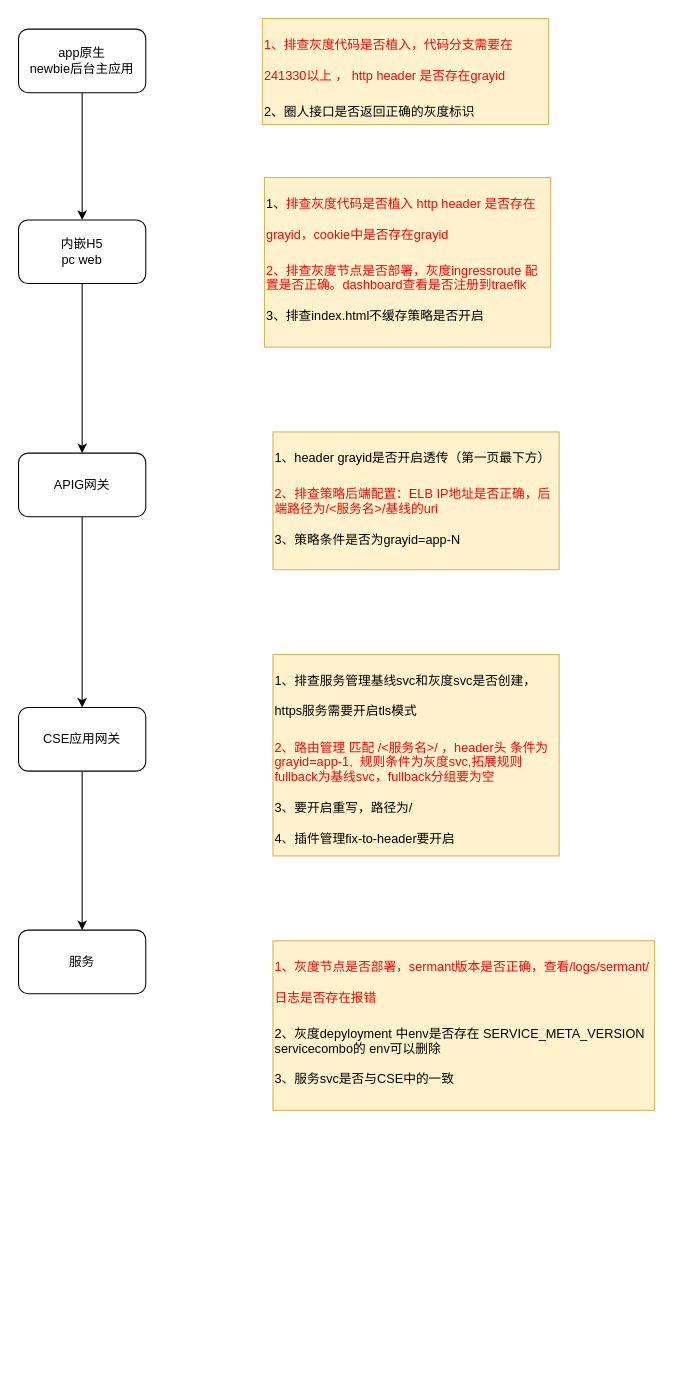
Above: 灰度排障手册.drawio in 463024907/draw.io (draw.io), before the change. Source tidied: cells renumbered, new cells numbered last; positions are measured from the earlier drawing's top-left corner, leaving out a move shared by most shapes. Both pictures are drawn from the tidied source at 106%, with x=0, y=0 at pixel (18, 18).
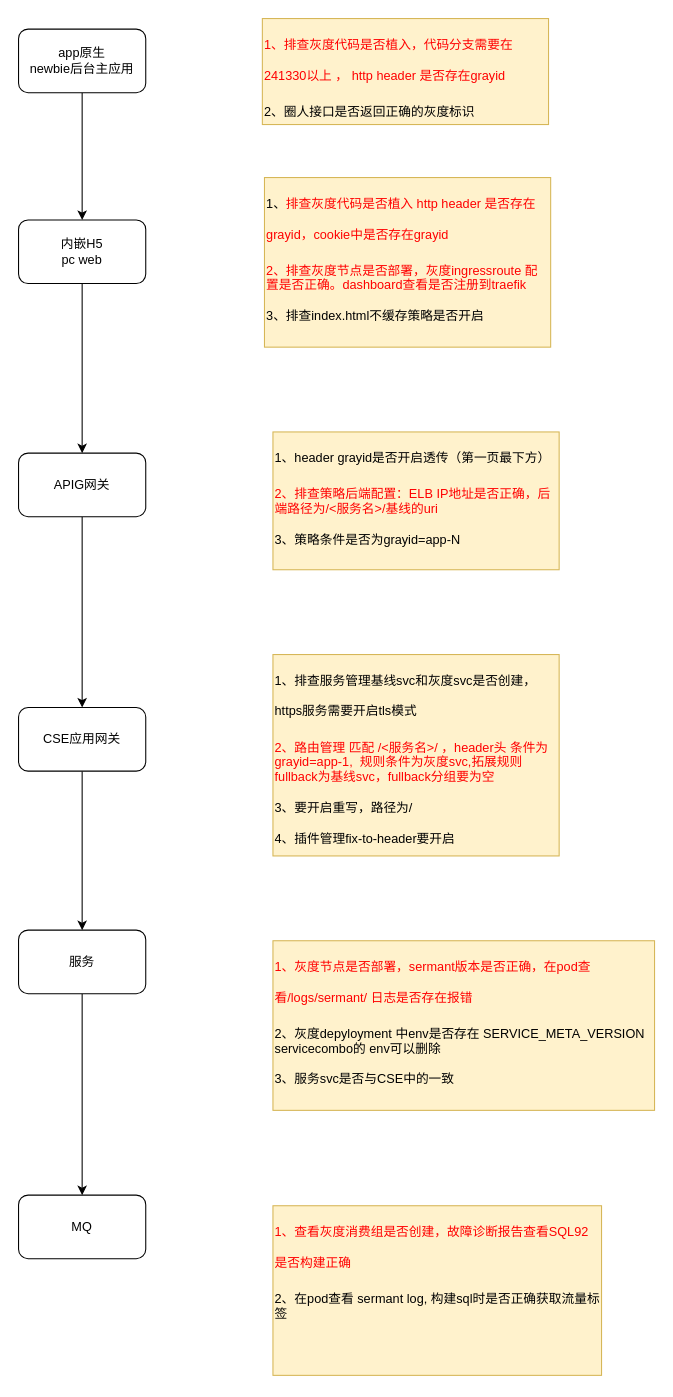
The same diagram, later.

Commit message (it also covers changes not shown here):
Update 灰度排障手册.drawio

What changed in the source:
```diff
@@
 <mxGraphModel>
   <root>
     <mxCell id="0" />
     <mxCell id="1" parent="0" />
     <mxCell id="2" style="edgeStyle=orthogonalEdgeStyle;rounded=0;jettySize=auto;html=1;" parent="1" edge="1" source="3" target="5">
       <mxGeometry relative="1" as="geometry" />
     </mxCell>
     <mxCell id="3" value="app原生&lt;div&gt;newbie后台主应用&lt;/div&gt;" style="rounded=1;whiteSpace=wrap;html=1;" parent="1" vertex="1">
       <mxGeometry y="10" width="120" height="60" as="geometry" />
     </mxCell>
     <mxCell id="4" style="edgeStyle=orthogonalEdgeStyle;rounded=0;jettySize=auto;html=1;" parent="1" edge="1" source="5" target="7">
       <mxGeometry relative="1" as="geometry" />
     </mxCell>
     <mxCell id="5" value="内嵌H5&lt;div&gt;pc web&lt;/div&gt;" style="rounded=1;whiteSpace=wrap;html=1;" parent="1" vertex="1">
       <mxGeometry y="190" width="120" height="60" as="geometry" />
     </mxCell>
     <mxCell id="6" style="edgeStyle=orthogonalEdgeStyle;rounded=0;jettySize=auto;html=1;" parent="1" edge="1" source="7" target="11">
       <mxGeometry relative="1" as="geometry" />
     </mxCell>
     <mxCell id="7" value="APIG网关" style="rounded=1;whiteSpace=wrap;html=1;" parent="1" vertex="1">
       <mxGeometry y="410" width="120" height="60" as="geometry" />
     </mxCell>
     <mxCell id="8" value="&lt;h1 style=&quot;margin-top: 0px;&quot;&gt;&lt;font color=&quot;#ff0000&quot;&gt;&lt;span style=&quot;background-color: initial; font-size: 12px; font-weight: normal;&quot;&gt;1、排查灰度代码是否植入，代码分支需要在&lt;/span&gt;&lt;span style=&quot;background-color: initial; font-size: 12px; font-weight: 400;&quot;&gt;241330以上 ，&lt;/span&gt;&lt;span style=&quot;background-color: initial; font-size: 12px; font-weight: normal;&quot;&gt;&amp;nbsp;http header 是否存在grayid&lt;/span&gt;&lt;/font&gt;&lt;/h1&gt;&lt;div&gt;&lt;span style=&quot;background-color: initial; font-size: 12px; font-weight: normal;&quot;&gt;2、圈人接口是否返回正确的灰度标识&lt;/span&gt;&lt;/div&gt;" style="text;html=1;whiteSpace=wrap;overflow=hidden;rounded=0;fillColor=#fff2cc;strokeColor=#d6b656;" parent="1" vertex="1">
       <mxGeometry x="230" width="270" height="100" as="geometry" />
     </mxCell>
     <mxCell id="9" value="&lt;h1 style=&quot;margin-top: 0px;&quot;&gt;&lt;span style=&quot;background-color: initial; font-size: 12px; font-weight: normal;&quot;&gt;1、&lt;font color=&quot;#ff0000&quot;&gt;排查灰度代码是否植入 http header 是否存在grayid，cookie中是否存在grayid&lt;/font&gt;&lt;/span&gt;&lt;/h1&gt;&lt;div&gt;&lt;span style=&quot;background-color: initial; font-size: 12px; font-weight: normal;&quot;&gt;&lt;font color=&quot;#ff0000&quot;&gt;2、排查灰度节点是否部署，灰度ingressroute 配置是否正确。dashboard查看是否注册到traefik&lt;/font&gt;&lt;/span&gt;&lt;/div&gt;&lt;div&gt;&lt;span style=&quot;background-color: initial; font-size: 12px; font-weight: normal;&quot;&gt;&lt;br&gt;&lt;/span&gt;&lt;/div&gt;&lt;div&gt;3、排查index.html不缓存策略是否开启&lt;/div&gt;" style="text;html=1;whiteSpace=wrap;overflow=hidden;rounded=0;fillColor=#fff2cc;strokeColor=#d6b656;" parent="1" vertex="1">
       <mxGeometry x="232" y="150" width="270" height="160" as="geometry" />
     </mxCell>
     <mxCell id="10" style="edgeStyle=orthogonalEdgeStyle;rounded=0;jettySize=auto;html=1;" parent="1" edge="1" source="11" target="14">
       <mxGeometry relative="1" as="geometry" />
     </mxCell>
     <mxCell id="11" value="CSE应用网关" style="rounded=1;whiteSpace=wrap;html=1;" parent="1" vertex="1">
       <mxGeometry y="650" width="120" height="60" as="geometry" />
     </mxCell>
     <mxCell id="12" value="&lt;h1 style=&quot;margin-top: 0px;&quot;&gt;&lt;span style=&quot;font-size: 12px; font-weight: 400;&quot;&gt;1、header grayid是否开启透传（第一页最下方）&lt;/span&gt;&lt;/h1&gt;&lt;div&gt;&lt;font color=&quot;#ff0000&quot;&gt;&lt;span style=&quot;font-size: 12px; font-weight: 400;&quot;&gt;2、&lt;/span&gt;&lt;span style=&quot;background-color: initial;&quot;&gt;排查策略后端配置：ELB IP地址是否正确，后端路径为/&amp;lt;服务名&amp;gt;/基线的uri&amp;nbsp;&lt;/span&gt;&lt;/font&gt;&lt;/div&gt;&lt;div&gt;&lt;span style=&quot;background-color: initial;&quot;&gt;&lt;br&gt;&lt;/span&gt;&lt;/div&gt;&lt;div&gt;&lt;span style=&quot;background-color: initial;&quot;&gt;3、策略条件是否为grayid=app-N&lt;/span&gt;&lt;/div&gt;" style="text;html=1;whiteSpace=wrap;overflow=hidden;rounded=0;fillColor=#fff2cc;strokeColor=#d6b656;" parent="1" vertex="1">
       <mxGeometry x="240" y="390" width="270" height="130" as="geometry" />
     </mxCell>
     <mxCell id="13" value="&lt;h1 style=&quot;margin-top: 0px;&quot;&gt;&lt;span style=&quot;font-size: 12px; font-weight: 400;&quot;&gt;1、排查服务管理基线svc和灰度svc是否创建，https服务需要开启tls模式&lt;/span&gt;&lt;/h1&gt;&lt;div&gt;&lt;span style=&quot;font-size: 12px; font-weight: 400;&quot;&gt;&lt;font color=&quot;#ff0000&quot;&gt;2、路由管理 匹配 /&amp;lt;服务名&amp;gt;/ ，header头 条件为 grayid=app-1,&amp;nbsp; 规则条件为灰度svc,拓展规则fullback为基线svc，fullback分组要为空&lt;/font&gt;&lt;/span&gt;&lt;/div&gt;&lt;div&gt;&lt;span style=&quot;font-size: 12px; font-weight: 400;&quot;&gt;&amp;nbsp;&lt;/span&gt;&lt;/div&gt;&lt;div&gt;&lt;span style=&quot;font-size: 12px; font-weight: 400;&quot;&gt;3、要开启重写，路径为/&lt;/span&gt;&lt;/div&gt;&lt;div&gt;&lt;span style=&quot;font-size: 12px; font-weight: 400;&quot;&gt;&lt;br&gt;&lt;/span&gt;&lt;/div&gt;&lt;div&gt;&lt;span style=&quot;font-size: 12px; font-weight: 400;&quot;&gt;4、插件管理fix-to-header要开启&lt;/span&gt;&lt;/div&gt;&lt;div&gt;&lt;span style=&quot;font-size: 12px; font-weight: 400;&quot;&gt;&lt;br&gt;&lt;/span&gt;&lt;/div&gt;" style="text;html=1;whiteSpace=wrap;overflow=hidden;rounded=0;fillColor=#fff2cc;strokeColor=#d6b656;" parent="1" vertex="1">
       <mxGeometry x="240" y="600" width="270" height="190" as="geometry" />
     </mxCell>
+    <mxCell id="16" style="edgeStyle=orthogonalEdgeStyle;rounded=0;jettySize=auto;html=1;" parent="1" edge="1" source="14" target="17">
+      <mxGeometry relative="1" as="geometry" />
+    </mxCell>
     <mxCell id="14" value="服务" style="rounded=1;whiteSpace=wrap;html=1;" parent="1" vertex="1">
       <mxGeometry y="860" width="120" height="60" as="geometry" />
     </mxCell>
-    <mxCell id="15" value="&lt;h1 style=&quot;margin-top: 0px;&quot;&gt;&lt;font color=&quot;#ff0000&quot;&gt;&lt;span style=&quot;font-size: 12px; font-weight: 400;&quot;&gt;1、&lt;/span&gt;&lt;span style=&quot;font-size: 12px; font-weight: 400; background-color: initial;&quot;&gt;灰度节点是否部署，sermant版本是否正确，查看/logs/sermant/ 日志是否存在报错&lt;/span&gt;&lt;/font&gt;&lt;/h1&gt;&lt;div&gt;2、灰度depyloyment 中env是否存在 SERVICE_META_VERSION&lt;/div&gt;&lt;div&gt;servicecombo的 env可以删除&lt;/div&gt;&lt;div&gt;&lt;br&gt;&lt;/div&gt;&lt;div&gt;3、服务svc是否与CSE中的一致&lt;/div&gt;" style="text;html=1;whiteSpace=wrap;overflow=hidden;rounded=0;fillColor=#fff2cc;strokeColor=#d6b656;" parent="1" vertex="1">
+    <mxCell id="15" value="&lt;h1 style=&quot;margin-top: 0px;&quot;&gt;&lt;font color=&quot;#ff0000&quot;&gt;&lt;span style=&quot;font-size: 12px; font-weight: 400;&quot;&gt;1、&lt;/span&gt;&lt;span style=&quot;font-size: 12px; font-weight: 400; background-color: initial;&quot;&gt;灰度节点是否部署，sermant版本是否正确，在pod查看/logs/sermant/ 日志是否存在报错&lt;/span&gt;&lt;/font&gt;&lt;/h1&gt;&lt;div&gt;2、灰度depyloyment 中env是否存在 SERVICE_META_VERSION&lt;/div&gt;&lt;div&gt;servicecombo的 env可以删除&lt;/div&gt;&lt;div&gt;&lt;br&gt;&lt;/div&gt;&lt;div&gt;3、服务svc是否与CSE中的一致&lt;/div&gt;" style="text;html=1;whiteSpace=wrap;overflow=hidden;rounded=0;fillColor=#fff2cc;strokeColor=#d6b656;" parent="1" vertex="1">
       <mxGeometry x="240" y="870" width="360" height="160" as="geometry" />
     </mxCell>
+    <mxCell id="17" value="MQ" style="rounded=1;whiteSpace=wrap;html=1;" parent="1" vertex="1">
+      <mxGeometry y="1110" width="120" height="60" as="geometry" />
+    </mxCell>
+    <mxCell id="18" value="&lt;h1 style=&quot;margin-top: 0px;&quot;&gt;&lt;font color=&quot;#ff0000&quot;&gt;&lt;span style=&quot;font-size: 12px; font-weight: 400;&quot;&gt;1、查看灰度消费组是否创建，故障诊断报告查看SQL92是否构建正确&lt;/span&gt;&lt;/font&gt;&lt;/h1&gt;&lt;div&gt;2、在pod查看 sermant log, 构建sql时是否正确获取流量标签&amp;nbsp;&lt;/div&gt;" style="text;html=1;whiteSpace=wrap;overflow=hidden;rounded=0;fillColor=#fff2cc;strokeColor=#d6b656;" parent="1" vertex="1">
+      <mxGeometry x="240" y="1120" width="310" height="160" as="geometry" />
+    </mxCell>
   </root>
 </mxGraphModel>
```
